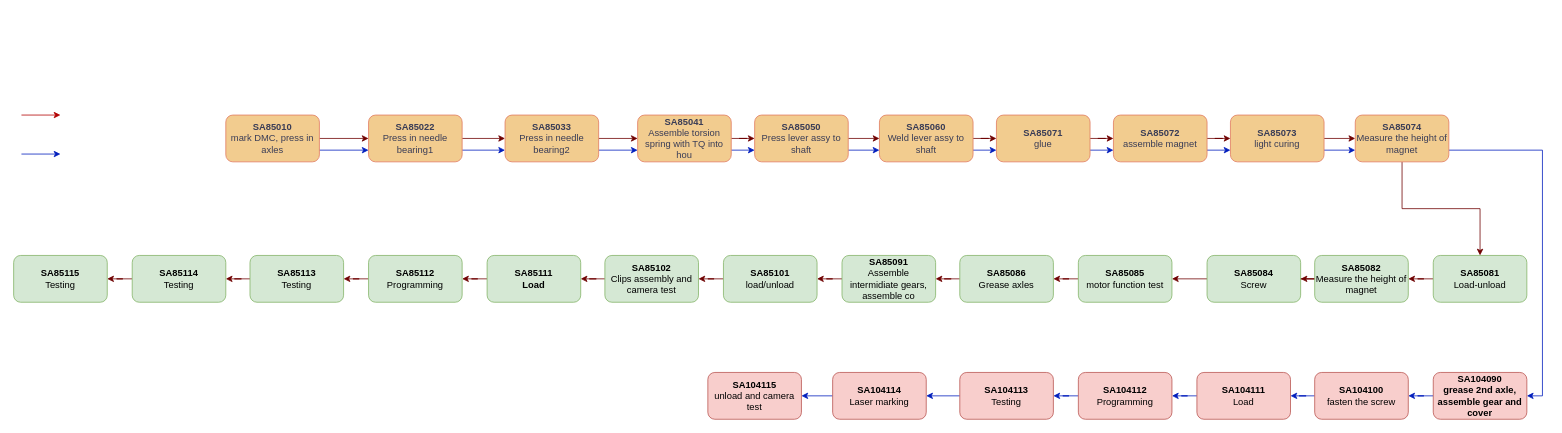
Earlier version of the draw.io diagram images/未命名绘图.drawio (gf199406/hello-world). Source tidied: cells renumbered, new cells numbered last; positions are measured from the earlier drawing's top-left corner, leaving out a move shared by most shapes. Both pictures are drawn from the tidied source at 78%, with x=0, y=0 at pixel (13, 115).
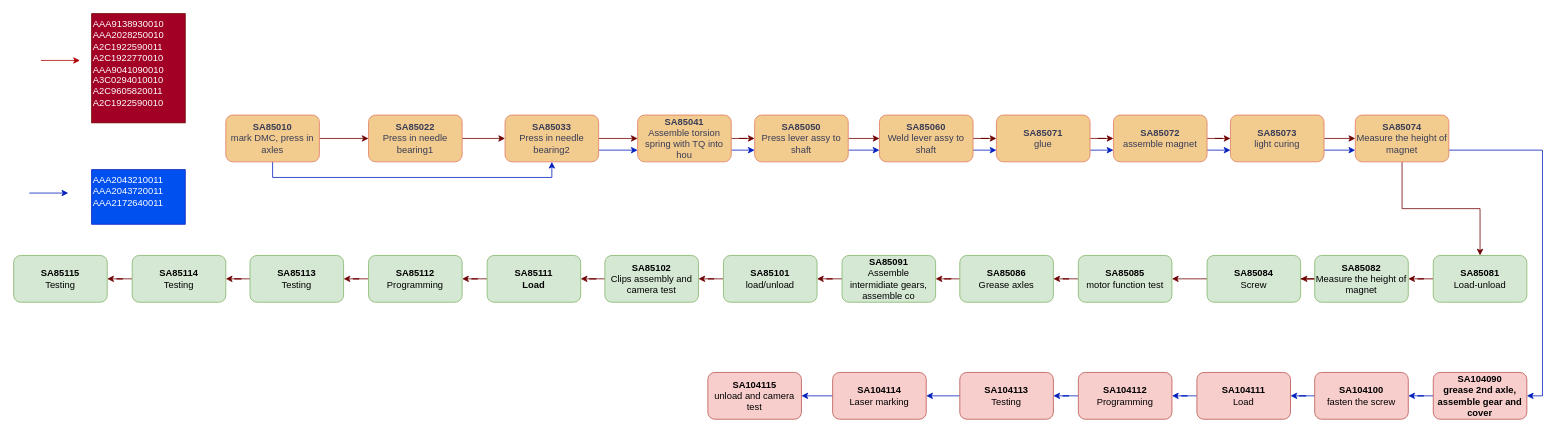
Above is the later version.

Unchanged cells that the change refers to:
```xml
<mxCell id="4" value="&lt;font style=&quot;font-size: 12px;&quot;&gt;&lt;b style=&quot;&quot;&gt;SA85010&lt;/b&gt;&lt;br&gt;&lt;font style=&quot;font-size: 12px;&quot;&gt;mark DMC, press in axles&lt;/font&gt;&lt;/font&gt;" style="rounded=1;whiteSpace=wrap;html=1;fillColor=#F2CC8F;strokeColor=#E07A5F;labelBackgroundColor=none;fontColor=#393C56;" parent="1" vertex="1">
  <mxGeometry x="272" width="120" height="60" as="geometry" />
</mxCell>
<mxCell id="7" value="&lt;font style=&quot;&quot;&gt;&lt;b style=&quot;font-size: 12px;&quot;&gt;SA85022&lt;/b&gt;&lt;br&gt;&lt;/font&gt;Press in needle bearing1" style="rounded=1;whiteSpace=wrap;html=1;fillColor=#F2CC8F;strokeColor=#E07A5F;labelBackgroundColor=none;fontColor=#393C56;" parent="1" vertex="1">
  <mxGeometry x="455" width="120" height="60" as="geometry" />
</mxCell>
<mxCell id="13" value="&lt;font style=&quot;font-size: 12px;&quot;&gt;&lt;b style=&quot;&quot;&gt;SA85033&lt;/b&gt;&lt;br&gt;&lt;font style=&quot;font-size: 12px;&quot;&gt;Press in needle bearing2&lt;/font&gt;&lt;/font&gt;" style="rounded=1;whiteSpace=wrap;html=1;fillColor=#F2CC8F;strokeColor=#E07A5F;labelBackgroundColor=none;fontColor=#393C56;" parent="1" vertex="1">
  <mxGeometry x="630" width="120" height="60" as="geometry" />
</mxCell>
```

Diff of the diagram source:
```diff
@@
-    <mxCell id="3" style="edgeStyle=orthogonalEdgeStyle;rounded=0;jettySize=auto;html=1;exitX=1;exitY=0.75;exitDx=0;exitDy=0;entryX=0;entryY=0.75;entryDx=0;entryDy=0;fillColor=#0050ef;strokeColor=#001DBC;" parent="1" edge="1" source="4" target="7">
-      <mxGeometry relative="1" as="geometry" />
-    </mxCell>
+    <mxCell id="72" style="edgeStyle=orthogonalEdgeStyle;rounded=0;jettySize=auto;html=1;exitX=0.5;exitY=1;exitDx=0;exitDy=0;entryX=0.5;entryY=1;entryDx=0;entryDy=0;fillColor=#0050ef;strokeColor=#001DBC;" parent="1" edge="1" source="4" target="13">
+      <mxGeometry relative="1" as="geometry" />
+    </mxCell>
@@
-    <mxCell id="6" style="edgeStyle=orthogonalEdgeStyle;rounded=0;jettySize=auto;html=1;exitX=1;exitY=0.75;exitDx=0;exitDy=0;entryX=0;entryY=0.75;entryDx=0;entryDy=0;fillColor=#0050ef;strokeColor=#001DBC;" parent="1" edge="1" source="7" target="13">
-      <mxGeometry relative="1" as="geometry" />
-    </mxCell>
@@
     <mxCell id="70" style="endArrow=classic;html=1;rounded=0;fillColor=#e51400;strokeColor=#B20000;" parent="1" edge="1">
       <mxGeometry relative="1" as="geometry">
-        <mxPoint x="10" as="sourcePoint" />
-        <mxPoint x="60" as="targetPoint" />
+        <mxPoint x="35" y="-70" as="sourcePoint" />
+        <mxPoint x="85" y="-70" as="targetPoint" />
       </mxGeometry>
     </mxCell>
     <mxCell id="71" style="endArrow=classic;html=1;rounded=0;fillColor=#0050ef;strokeColor=#001DBC;" parent="1" edge="1">
       <mxGeometry relative="1" as="geometry">
-        <mxPoint x="10" y="50" as="sourcePoint" />
-        <mxPoint x="60" y="50" as="targetPoint" />
+        <mxPoint x="20" y="100" as="sourcePoint" />
+        <mxPoint x="70" y="100" as="targetPoint" />
       </mxGeometry>
     </mxCell>
+    <mxCell id="73" value="AAA9138930010&#10;AAA2028250010&#10;A2C1922590011&#10;A2C1922770010&#10;AAA9041090010&#10;A3C0294010010&#10;A2C9605820011&#10;A2C1922590010" style="text;whiteSpace=wrap;fillColor=#a20025;fontColor=#ffffff;strokeColor=#6F0000;" parent="1" vertex="1">
+      <mxGeometry x="100" y="-130" width="120" height="140" as="geometry" />
+    </mxCell>
+    <mxCell id="74" value="AAA2043210011&#10;AAA2043720011&#10;AAA2172640011" style="text;whiteSpace=wrap;fillColor=#0050ef;fontColor=#ffffff;strokeColor=#001DBC;" parent="1" vertex="1">
+      <mxGeometry x="100" y="70" width="120" height="70" as="geometry" />
+    </mxCell>
```
